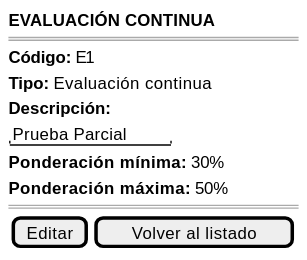
mmasias/pyCeldaPublico keeps this PlantUML diagram as images/RUP/01-requisitos/03-detalle-casos-uso/abrirSistemaEvaluacion/wireframe.svg. Above is the earlier version.
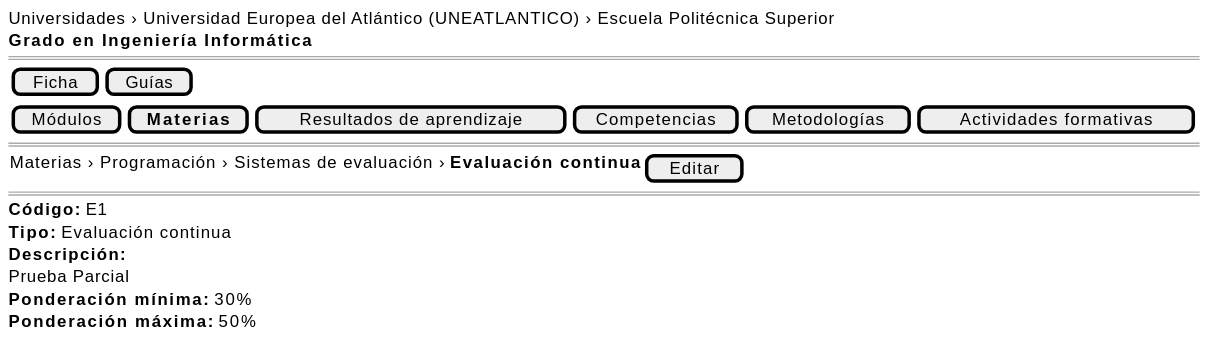
Above is the later version.

The edit, as a diff of the source:
```diff
@@ -1,14 +1,18 @@
 @startsalt abrirSistemaEvaluacion-wireframe
 {
-    <b>EVALUACIÓN CONTINUA</b>
+    Universidades › Universidad Europea del Atlántico (UNEATLANTICO) › Escuela Politécnica Superior
+    <b>Grado en Ingeniería Informática</b>
+    ====
+    { [ Ficha ] | [ Guías ] }
+    { [ Módulos ] | [ <b>Materias</b> ] | [ Resultados de aprendizaje ] | [ Competencias ] | [ Metodologías ] | [ Actividades formativas ] }
+    ====
+    { Materias › Programación › Sistemas de evaluación › <b>Evaluación continua</b> | [ Editar ] }
     ====
     <b>Código:</b> E1
     <b>Tipo:</b> Evaluación continua
     <b>Descripción:</b>
-    "Prueba Parcial"
+    Prueba Parcial
     <b>Ponderación mínima:</b> 30%
     <b>Ponderación máxima:</b> 50%
-    ====
-    {[Editar] | [Volver al listado]}
 }
 @endsalt
```
